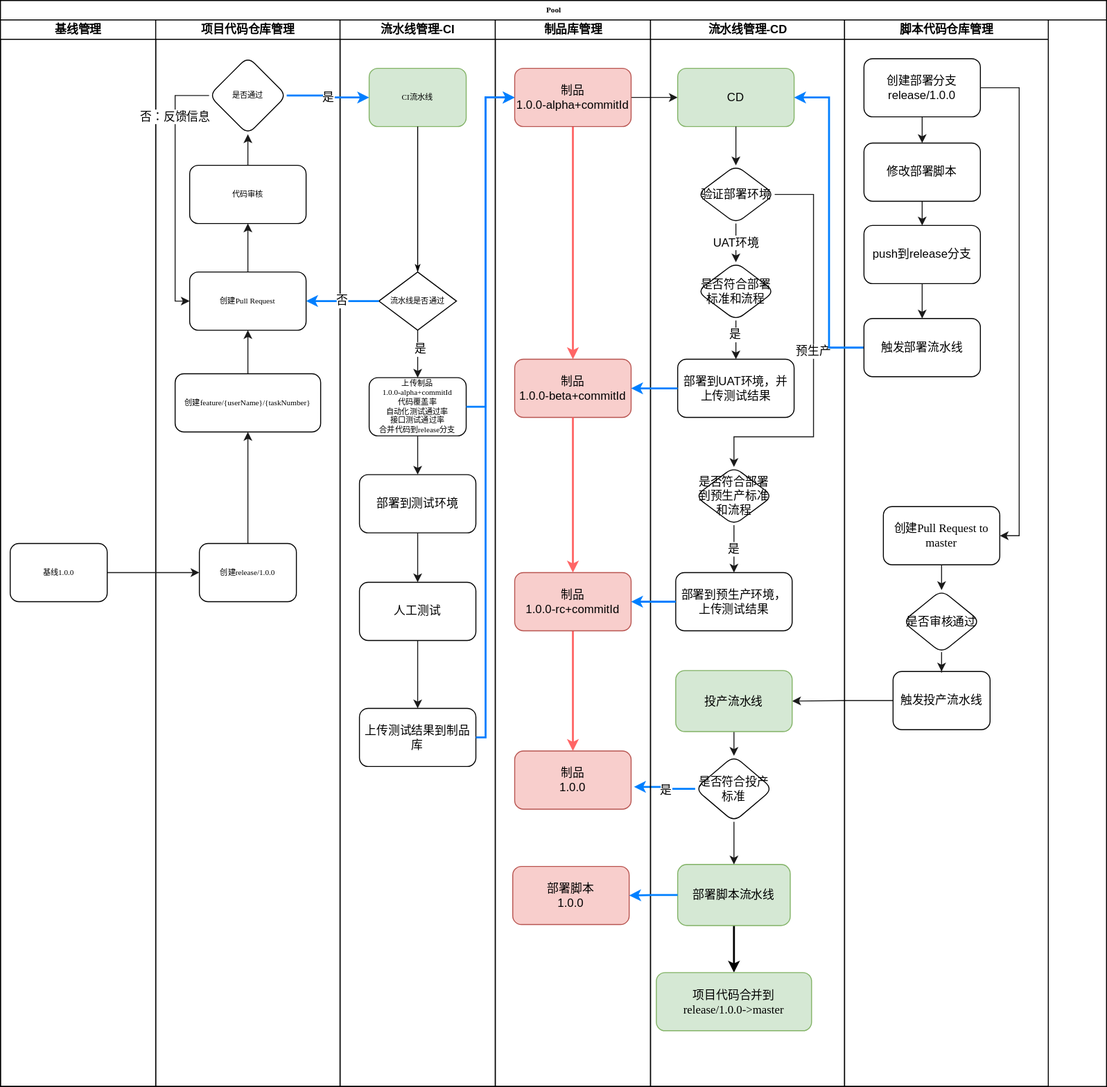
Before: ccd-ci-cd-flow.svg, a diagram exported from draw.io (jerryTJ/config). Source tidied: cells renumbered, new cells last; positions are measured from the earlier drawing's top-left corner, leaving out a move shared by most shapes.
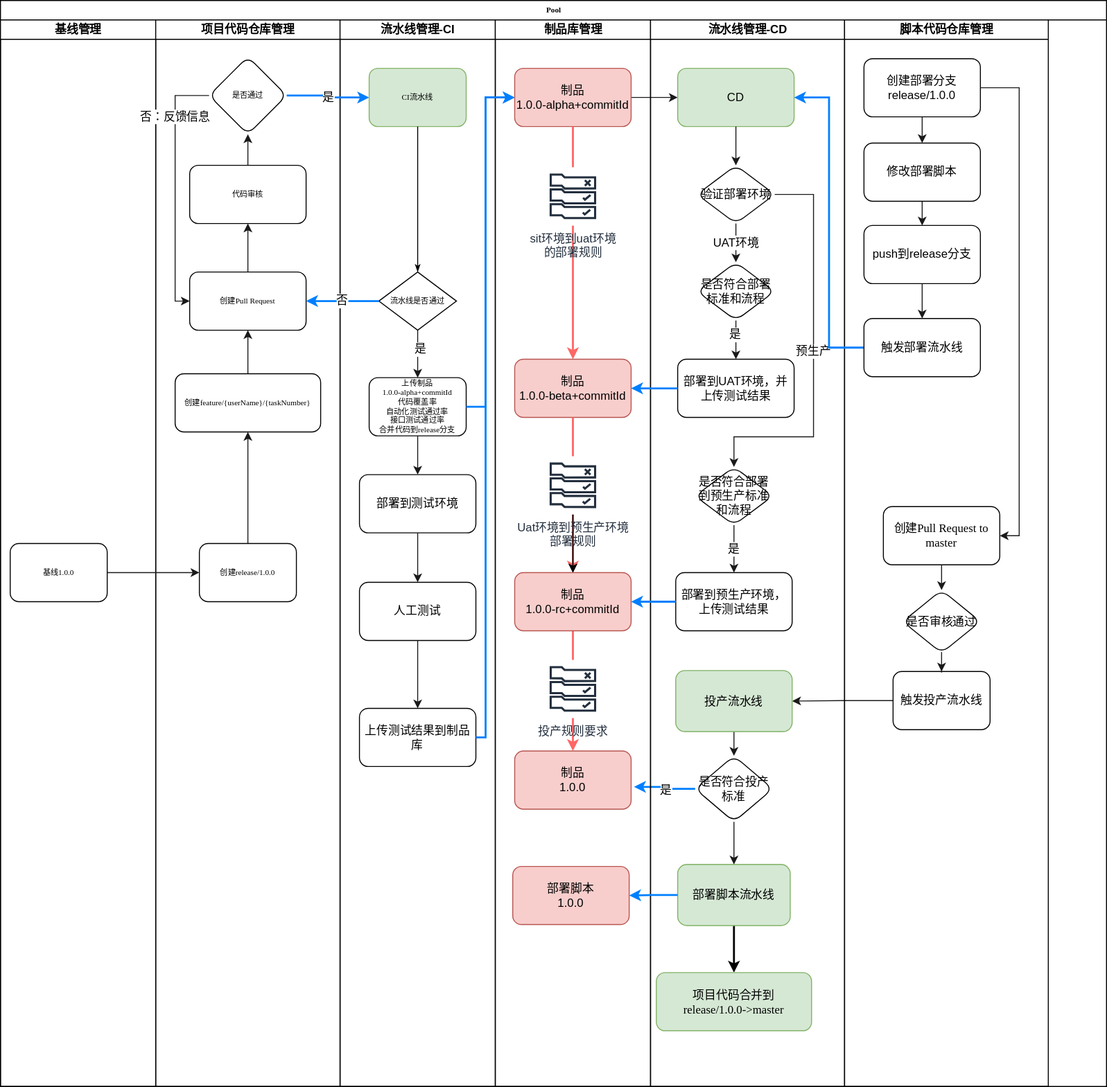
The same diagram one commit later.

Change to the diagram source:
```diff
@@ -123,7 +123,7 @@
     <mxCell id="38" value="制品库管理" style="swimlane;html=1;startSize=20;" parent="2" vertex="1">
       <mxGeometry x="510" y="20" width="160" height="1100" as="geometry" />
     </mxCell>
-    <mxCell id="39" style="edgeStyle=orthogonalEdgeStyle;rounded=0;jettySize=auto;html=1;entryX=0.5;entryY=0;entryDx=0;entryDy=0;fontSize=12;strokeColor=#FF6666;strokeWidth=2;" parent="38" edge="1" source="40" target="41">
+    <mxCell id="39" style="edgeStyle=orthogonalEdgeStyle;rounded=0;jettySize=auto;html=1;entryX=0.5;entryY=0;entryDx=0;entryDy=0;fontSize=12;strokeColor=#FF6666;strokeWidth=2;startArrow=none;" parent="38" edge="1" source="86" target="41">
       <mxGeometry relative="1" as="geometry" />
     </mxCell>
     <mxCell id="40" value="制品&lt;br&gt;1.0.0-alpha+commitId" style="rounded=1;whiteSpace=wrap;html=1;fontSize=12;fillColor=#f8cecc;strokeColor=#b85450;" parent="38" vertex="1">
@@ -141,12 +141,33 @@
     <mxCell id="44" value="制品&lt;br&gt;1.0.0-rc+commitId" style="rounded=1;whiteSpace=wrap;html=1;fontSize=12;fillColor=#f8cecc;strokeColor=#b85450;" parent="38" vertex="1">
       <mxGeometry x="20" y="570" width="120" height="60" as="geometry" />
     </mxCell>
-    <mxCell id="45" style="edgeStyle=orthogonalEdgeStyle;rounded=0;jettySize=auto;html=1;fontSize=12;strokeColor=#FF6666;strokeWidth=2;entryX=0.5;entryY=0;entryDx=0;entryDy=0;" parent="38" edge="1" source="41" target="44">
+    <mxCell id="45" style="edgeStyle=orthogonalEdgeStyle;rounded=0;jettySize=auto;html=1;fontSize=12;strokeColor=#FF6666;strokeWidth=2;entryX=0.5;entryY=0;entryDx=0;entryDy=0;startArrow=none;" parent="38" edge="1" source="90" target="44">
       <mxGeometry relative="1" as="geometry" />
     </mxCell>
     <mxCell id="46" value="部署脚本&lt;br&gt;1.0.0" style="rounded=1;whiteSpace=wrap;html=1;fontSize=12;fillColor=#f8cecc;strokeColor=#b85450;" parent="38" vertex="1">
       <mxGeometry x="18" y="873" width="120" height="60" as="geometry" />
     </mxCell>
+    <mxCell id="86" value="sit环境到uat环境&lt;br&gt;的部署规则&lt;br&gt;" style="sketch=0;outlineConnect=0;fontColor=#232F3E;gradientColor=none;strokeColor=#232F3E;fillColor=#ffffff;dashed=0;verticalLabelPosition=bottom;verticalAlign=top;align=center;html=1;fontSize=12;fontStyle=0;shape=mxgraph.aws4.resourceIcon;resIcon=mxgraph.aws4.rule_2;" parent="38" vertex="1">
+      <mxGeometry x="50" y="152" width="60" height="60" as="geometry" />
+    </mxCell>
+    <mxCell id="87" style="edgeStyle=orthogonalEdgeStyle;rounded=0;jettySize=auto;html=1;entryX=0.5;entryY=0;entryDx=0;entryDy=0;fontSize=12;strokeColor=#FF6666;strokeWidth=2;endArrow=none;" parent="38" edge="1" source="40" target="86">
+      <mxGeometry relative="1" as="geometry" />
+    </mxCell>
+    <mxCell id="88" style="edgeStyle=orthogonalEdgeStyle;rounded=0;jettySize=auto;html=1;" parent="38" edge="1" source="90" target="44">
+      <mxGeometry relative="1" as="geometry" />
+    </mxCell>
+    <mxCell id="89" style="edgeStyle=orthogonalEdgeStyle;rounded=0;jettySize=auto;html=1;" parent="38" edge="1" source="90" target="44">
+      <mxGeometry relative="1" as="geometry" />
+    </mxCell>
+    <mxCell id="90" value="Uat环境到预生产环境&lt;br&gt;部署规则" style="sketch=0;outlineConnect=0;fontColor=#232F3E;gradientColor=none;strokeColor=#232F3E;fillColor=#ffffff;dashed=0;verticalLabelPosition=bottom;verticalAlign=top;align=center;html=1;fontSize=12;fontStyle=0;shape=mxgraph.aws4.resourceIcon;resIcon=mxgraph.aws4.rule_2;" parent="38" vertex="1">
+      <mxGeometry x="50" y="450" width="60" height="60" as="geometry" />
+    </mxCell>
+    <mxCell id="91" style="edgeStyle=orthogonalEdgeStyle;rounded=0;jettySize=auto;html=1;fontSize=12;strokeColor=#FF6666;strokeWidth=2;entryX=0.5;entryY=0;entryDx=0;entryDy=0;endArrow=none;" parent="38" edge="1" source="41" target="90">
+      <mxGeometry relative="1" as="geometry" />
+    </mxCell>
+    <mxCell id="92" value="投产规则要求" style="sketch=0;fontColor=#232F3E;gradientColor=none;strokeColor=#232F3E;fillColor=#ffffff;dashed=0;verticalLabelPosition=bottom;verticalAlign=top;align=center;html=1;fontSize=12;fontStyle=0;shape=mxgraph.aws4.resourceIcon;resIcon=mxgraph.aws4.rule_2;" parent="38" vertex="1">
+      <mxGeometry x="50" y="660" width="60" height="60" as="geometry" />
+    </mxCell>
     <mxCell id="47" value="流水线管理-CD" style="swimlane;html=1;startSize=20;" parent="2" vertex="1">
       <mxGeometry x="670" y="20" width="200" height="1100" as="geometry" />
     </mxCell>
```
